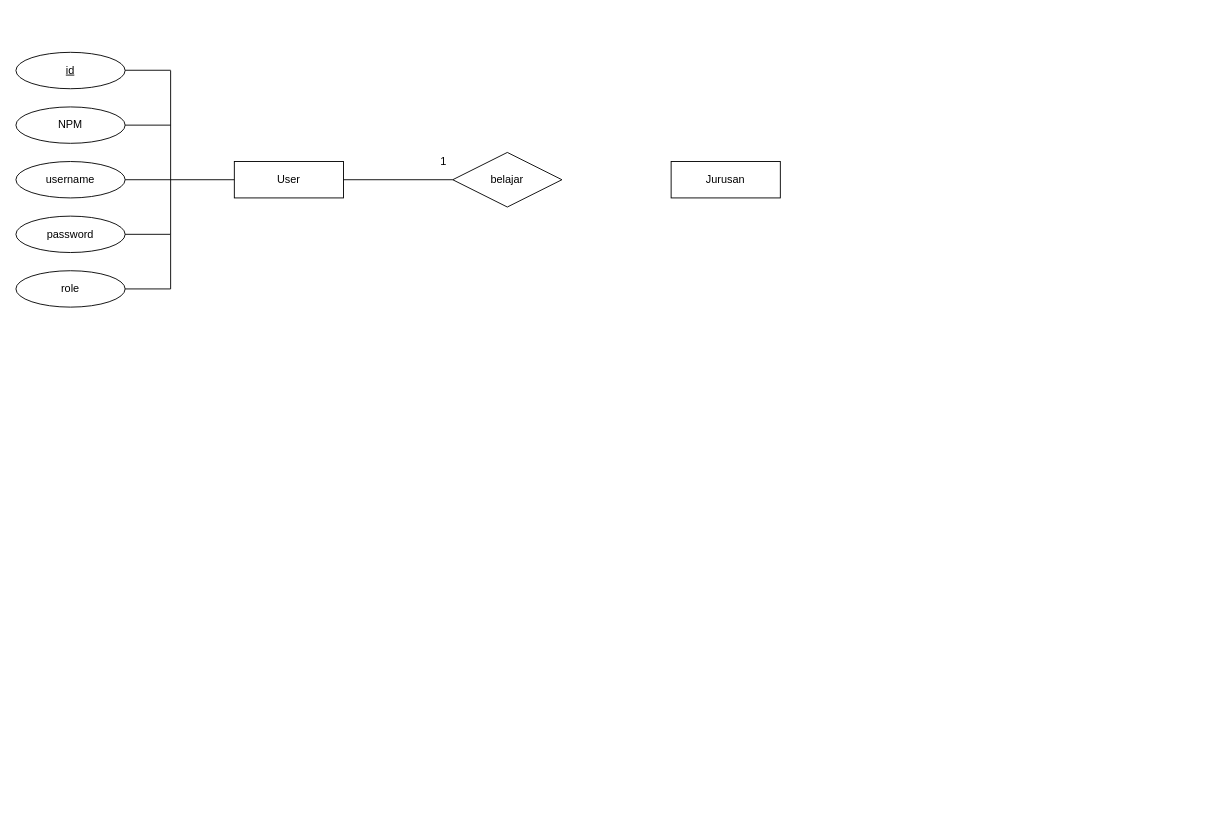
Before: ERD_Klenik.drawio in Gopalatius/KLENIK-Kepoin-Fakultas-Teknik-Universitas-Indonesia, a draw.io diagram. Source tidied: cells renumbered, new cells numbered last; positions are measured from the earlier drawing's top-left corner, leaving out a move shared by most shapes. Both pictures are drawn from the tidied source at 91%, with x=0, y=0 at pixel (15, 52).
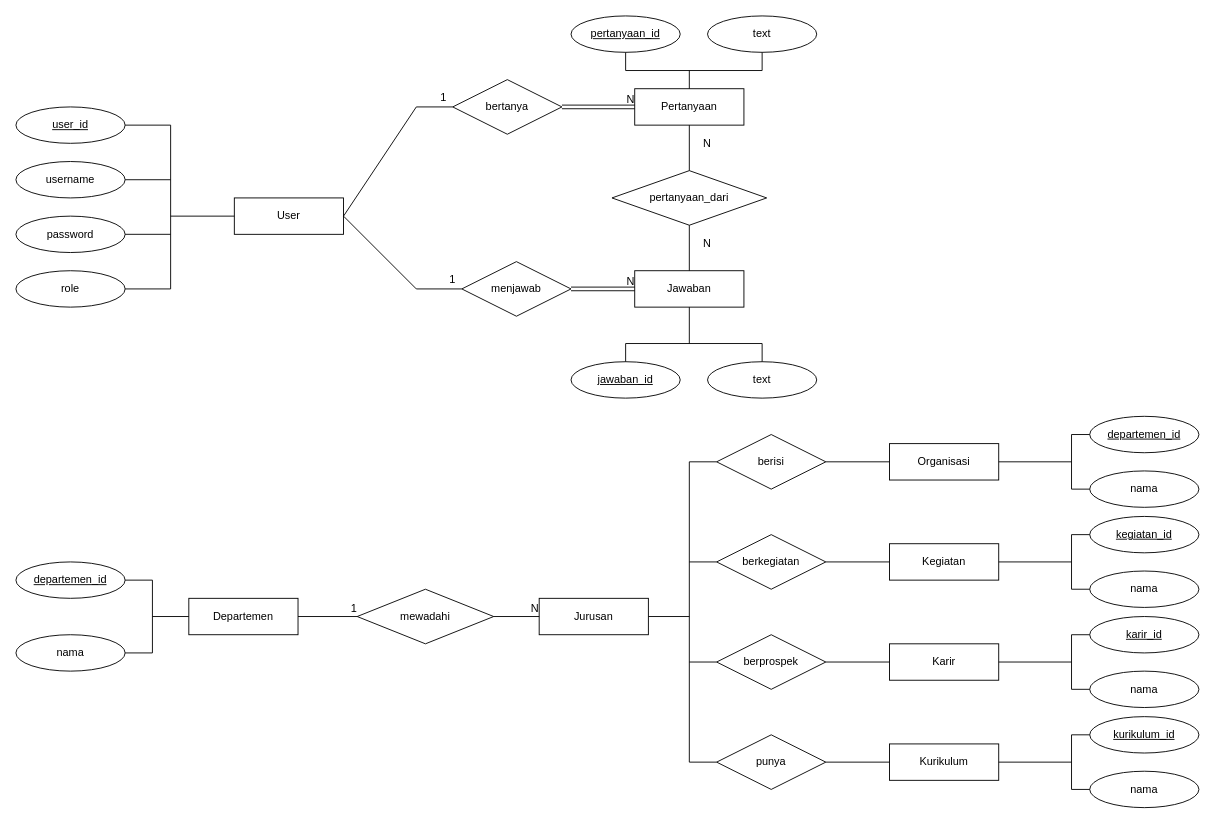
The same page after the edit.

Commit message:
Revisi ERD

Unchanged cells that the change refers to:
```xml
<mxCell id="5" value="role" style="ellipse;whiteSpace=wrap;html=1;" parent="1" vertex="1">
  <mxGeometry y="240" width="120" height="40" as="geometry" />
</mxCell>
```

Diff of the diagram source:
```diff
@@
     <mxCell id="2" value="User" style="rounded=0;whiteSpace=wrap;html=1;" parent="1" vertex="1">
-      <mxGeometry x="240" y="120" width="120" height="40" as="geometry" />
+      <mxGeometry x="240" y="160" width="120" height="40" as="geometry" />
     </mxCell>
-    <mxCell id="3" value="NPM" style="ellipse;whiteSpace=wrap;html=1;" parent="1" vertex="1">
-      <mxGeometry y="60" width="120" height="40" as="geometry" />
-    </mxCell>
@@
-    <mxCell id="6" style="endArrow=none;html=1;rounded=0;" parent="1" edge="1">
-      <mxGeometry relative="1" as="geometry">
-        <mxPoint x="170" y="200" as="sourcePoint" />
-        <mxPoint x="170" y="20" as="targetPoint" />
-      </mxGeometry>
-    </mxCell>
     <mxCell id="7" style="endArrow=none;html=1;rounded=0;entryX=1;entryY=0.5;entryDx=0;entryDy=0;" parent="1" edge="1" target="5">
       <mxGeometry relative="1" as="geometry">
-        <mxPoint x="170" y="200" as="sourcePoint" />
+        <mxPoint x="170" y="80" as="sourcePoint" />
         <Array as="points">
           <mxPoint x="170" y="260" />
         </Array>
       </mxGeometry>
     </mxCell>
@@
-    <mxCell id="9" style="endArrow=none;html=1;rounded=0;entryX=1;entryY=0.5;entryDx=0;entryDy=0;" parent="1" edge="1" target="3">
-      <mxGeometry relative="1" as="geometry">
-        <mxPoint x="170" y="80" as="sourcePoint" />
-      </mxGeometry>
-    </mxCell>
     <mxCell id="10" style="endArrow=none;html=1;rounded=0;entryX=0;entryY=0.5;entryDx=0;entryDy=0;" parent="1" edge="1" target="2">
       <mxGeometry relative="1" as="geometry">
-        <mxPoint x="170" y="140" as="sourcePoint" />
+        <mxPoint x="170" y="180" as="sourcePoint" />
       </mxGeometry>
     </mxCell>
-    <mxCell id="11" value="belajar" style="rhombus;whiteSpace=wrap;html=1;" parent="1" vertex="1">
-      <mxGeometry x="480" y="110" width="120" height="60" as="geometry" />
+    <mxCell id="11" value="bertanya" style="rhombus;whiteSpace=wrap;html=1;" parent="1" vertex="1">
+      <mxGeometry x="480" y="30" width="120" height="60" as="geometry" />
     </mxCell>
-    <mxCell id="12" value="Jurusan" style="rounded=0;whiteSpace=wrap;html=1;" parent="1" vertex="1">
-      <mxGeometry x="720" y="120" width="120" height="40" as="geometry" />
+    <mxCell id="12" value="Pertanyaan" style="rounded=0;whiteSpace=wrap;html=1;" parent="1" vertex="1">
+      <mxGeometry x="680" y="40" width="120" height="40" as="geometry" />
     </mxCell>
-    <mxCell id="13" value="&lt;u&gt;id&lt;/u&gt;" style="ellipse;whiteSpace=wrap;html=1;" parent="1" vertex="1">
-      <mxGeometry width="120" height="40" as="geometry" />
+    <mxCell id="13" value="&lt;u&gt;user_id&lt;/u&gt;" style="ellipse;whiteSpace=wrap;html=1;" parent="1" vertex="1">
+      <mxGeometry y="60" width="120" height="40" as="geometry" />
     </mxCell>
-    <mxCell id="14" style="endArrow=none;html=1;rounded=0;entryX=1;entryY=0.5;entryDx=0;entryDy=0;" parent="1" edge="1">
+    <mxCell id="14" style="endArrow=none;html=1;rounded=0;entryX=1;entryY=0.5;entryDx=0;entryDy=0;" parent="1" edge="1" target="13">
       <mxGeometry relative="1" as="geometry">
-        <mxPoint x="170" y="19.7" as="sourcePoint" />
-        <mxPoint x="120" y="19.7" as="targetPoint" />
+        <mxPoint x="170" y="80" as="sourcePoint" />
       </mxGeometry>
     </mxCell>
@@
     <mxCell id="17" style="endArrow=none;html=1;rounded=0;exitX=1;exitY=0.5;exitDx=0;exitDy=0;entryX=0;entryY=0.5;entryDx=0;entryDy=0;" parent="1" edge="1" source="2" target="11">
-      <mxGeometry relative="1" as="geometry" />
+      <mxGeometry relative="1" as="geometry">
+        <Array as="points">
+          <mxPoint x="440" y="60" />
+        </Array>
+      </mxGeometry>
     </mxCell>
     <mxCell id="18" value="1" style="text;html=1;strokeColor=none;fillColor=none;align=center;verticalAlign=middle;whiteSpace=wrap;rounded=0;" parent="1" vertex="1">
-      <mxGeometry x="460" y="110" width="20" height="20" as="geometry" />
+      <mxGeometry x="460" y="40" width="20" height="20" as="geometry" />
     </mxCell>
+    <mxCell id="19" value="menjawab" style="rhombus;whiteSpace=wrap;html=1;" parent="1" vertex="1">
+      <mxGeometry x="490" y="230" width="120" height="60" as="geometry" />
+    </mxCell>
+    <mxCell id="20" style="endArrow=none;html=1;rounded=0;entryX=0;entryY=0.5;entryDx=0;entryDy=0;exitX=1;exitY=0.5;exitDx=0;exitDy=0;" parent="1" edge="1" source="2" target="19">
+      <mxGeometry relative="1" as="geometry">
+        <Array as="points">
+          <mxPoint x="440" y="260" />
+        </Array>
+      </mxGeometry>
+    </mxCell>
+    <mxCell id="21" value="1" style="text;html=1;strokeColor=none;fillColor=none;align=center;verticalAlign=middle;whiteSpace=wrap;rounded=0;" parent="1" vertex="1">
+      <mxGeometry x="470" y="240" width="20" height="20" as="geometry" />
+    </mxCell>
+    <mxCell id="22" value="Jawaban" style="rounded=0;whiteSpace=wrap;html=1;" parent="1" vertex="1">
+      <mxGeometry x="680" y="240" width="120" height="40" as="geometry" />
+    </mxCell>
+    <mxCell id="23" value="&lt;u&gt;pertanyaan_id&lt;/u&gt;" style="ellipse;whiteSpace=wrap;html=1;" parent="1" vertex="1">
+      <mxGeometry x="610" y="-40" width="120" height="40" as="geometry" />
+    </mxCell>
+    <mxCell id="24" value="&lt;u&gt;jawaban_id&lt;/u&gt;" style="ellipse;whiteSpace=wrap;html=1;" parent="1" vertex="1">
+      <mxGeometry x="610" y="340" width="120" height="40" as="geometry" />
+    </mxCell>
+    <mxCell id="25" value="text" style="ellipse;whiteSpace=wrap;html=1;" parent="1" vertex="1">
+      <mxGeometry x="760" y="-40" width="120" height="40" as="geometry" />
+    </mxCell>
+    <mxCell id="26" value="text" style="ellipse;whiteSpace=wrap;html=1;" parent="1" vertex="1">
+      <mxGeometry x="760" y="340" width="120" height="40" as="geometry" />
+    </mxCell>
+    <mxCell id="27" style="endArrow=none;html=1;rounded=0;entryX=0.5;entryY=0;entryDx=0;entryDy=0;exitX=0.5;exitY=0;exitDx=0;exitDy=0;" parent="1" edge="1" source="24" target="26">
+      <mxGeometry relative="1" as="geometry">
+        <Array as="points">
+          <mxPoint x="670" y="320" />
+          <mxPoint x="820" y="320" />
+        </Array>
+      </mxGeometry>
+    </mxCell>
+    <mxCell id="28" style="endArrow=none;html=1;rounded=0;exitX=0.5;exitY=1;exitDx=0;exitDy=0;" parent="1" edge="1" source="25" target="23">
+      <mxGeometry relative="1" as="geometry">
+        <Array as="points">
+          <mxPoint x="820" y="20" />
+          <mxPoint x="670" y="20" />
+        </Array>
+      </mxGeometry>
+    </mxCell>
+    <mxCell id="29" style="endArrow=none;html=1;rounded=0;entryX=0.5;entryY=1;entryDx=0;entryDy=0;" parent="1" edge="1" target="22">
+      <mxGeometry relative="1" as="geometry">
+        <mxPoint x="740" y="320" as="sourcePoint" />
+      </mxGeometry>
+    </mxCell>
+    <mxCell id="30" value="pertanyaan_dari" style="rhombus;whiteSpace=wrap;html=1;" parent="1" vertex="1">
+      <mxGeometry x="655" y="130" width="170" height="60" as="geometry" />
+    </mxCell>
+    <mxCell id="31" style="endArrow=none;html=1;rounded=0;entryX=0.5;entryY=1;entryDx=0;entryDy=0;exitX=0.5;exitY=0;exitDx=0;exitDy=0;" parent="1" edge="1" source="30" target="12">
+      <mxGeometry relative="1" as="geometry" />
+    </mxCell>
+    <mxCell id="32" style="endArrow=none;html=1;rounded=0;entryX=0.5;entryY=1;entryDx=0;entryDy=0;exitX=0.5;exitY=0;exitDx=0;exitDy=0;" parent="1" edge="1" source="22" target="30">
+      <mxGeometry relative="1" as="geometry" />
+    </mxCell>
+    <mxCell id="33" value="N" style="text;html=1;strokeColor=none;fillColor=none;align=center;verticalAlign=middle;whiteSpace=wrap;rounded=0;" parent="1" vertex="1">
+      <mxGeometry x="750" y="90" width="20" height="20" as="geometry" />
+    </mxCell>
+    <mxCell id="34" value="N" style="text;html=1;strokeColor=none;fillColor=none;align=center;verticalAlign=middle;whiteSpace=wrap;rounded=0;" parent="1" vertex="1">
+      <mxGeometry x="750" y="200" width="20" height="20" as="geometry" />
+    </mxCell>
+    <mxCell id="35" value="Departemen" style="rounded=0;whiteSpace=wrap;html=1;" parent="1" vertex="1">
+      <mxGeometry x="190" y="600" width="120" height="40" as="geometry" />
+    </mxCell>
+    <mxCell id="36" value="&lt;u&gt;departemen_id&lt;/u&gt;" style="ellipse;whiteSpace=wrap;html=1;" parent="1" vertex="1">
+      <mxGeometry y="560" width="120" height="40" as="geometry" />
+    </mxCell>
+    <mxCell id="37" value="nama" style="ellipse;whiteSpace=wrap;html=1;" parent="1" vertex="1">
+      <mxGeometry y="640" width="120" height="40" as="geometry" />
+    </mxCell>
+    <mxCell id="38" style="endArrow=none;html=1;rounded=0;entryX=1;entryY=0.5;entryDx=0;entryDy=0;exitX=1;exitY=0.5;exitDx=0;exitDy=0;" parent="1" edge="1" source="37" target="36">
+      <mxGeometry relative="1" as="geometry">
+        <Array as="points">
+          <mxPoint x="150" y="660" />
+          <mxPoint x="150" y="580" />
+        </Array>
+      </mxGeometry>
+    </mxCell>
+    <mxCell id="39" style="endArrow=none;html=1;rounded=0;entryX=0;entryY=0.5;entryDx=0;entryDy=0;" parent="1" edge="1" target="35">
+      <mxGeometry relative="1" as="geometry">
+        <mxPoint x="150" y="620" as="sourcePoint" />
+      </mxGeometry>
+    </mxCell>
+    <mxCell id="40" value="berisi" style="rhombus;whiteSpace=wrap;html=1;" parent="1" vertex="1">
+      <mxGeometry x="770" y="420" width="120" height="60" as="geometry" />
+    </mxCell>
+    <mxCell id="41" value="Jurusan" style="rounded=0;whiteSpace=wrap;html=1;" parent="1" vertex="1">
+      <mxGeometry x="575" y="600" width="120" height="40" as="geometry" />
+    </mxCell>
+    <mxCell id="42" value="mewadahi" style="rhombus;whiteSpace=wrap;html=1;" parent="1" vertex="1">
+      <mxGeometry x="375" y="590" width="150" height="60" as="geometry" />
+    </mxCell>
+    <mxCell id="43" value="Organisasi" style="rounded=0;whiteSpace=wrap;html=1;" parent="1" vertex="1">
+      <mxGeometry x="960" y="430" width="120" height="40" as="geometry" />
+    </mxCell>
+    <mxCell id="44" value="berkegiatan" style="rhombus;whiteSpace=wrap;html=1;" parent="1" vertex="1">
+      <mxGeometry x="770" y="530" width="120" height="60" as="geometry" />
+    </mxCell>
+    <mxCell id="45" value="Kegiatan" style="rounded=0;whiteSpace=wrap;html=1;" parent="1" vertex="1">
+      <mxGeometry x="960" y="540" width="120" height="40" as="geometry" />
+    </mxCell>
+    <mxCell id="46" value="berprospek" style="rhombus;whiteSpace=wrap;html=1;" parent="1" vertex="1">
+      <mxGeometry x="770" y="640" width="120" height="60" as="geometry" />
+    </mxCell>
+    <mxCell id="47" value="Karir" style="rounded=0;whiteSpace=wrap;html=1;" parent="1" vertex="1">
+      <mxGeometry x="960" y="650" width="120" height="40" as="geometry" />
+    </mxCell>
+    <mxCell id="48" value="punya" style="rhombus;whiteSpace=wrap;html=1;" parent="1" vertex="1">
+      <mxGeometry x="770" y="750" width="120" height="60" as="geometry" />
+    </mxCell>
+    <mxCell id="49" value="Kurikulum" style="rounded=0;whiteSpace=wrap;html=1;" parent="1" vertex="1">
+      <mxGeometry x="960" y="760" width="120" height="40" as="geometry" />
+    </mxCell>
+    <mxCell id="50" style="endArrow=none;html=1;rounded=0;entryX=0.5;entryY=0;entryDx=0;entryDy=0;" parent="1" edge="1" target="12">
+      <mxGeometry relative="1" as="geometry">
+        <mxPoint x="740" y="20" as="sourcePoint" />
+      </mxGeometry>
+    </mxCell>
+    <mxCell id="51" style="shape=link;html=1;rounded=0;entryX=0;entryY=0.5;entryDx=0;entryDy=0;exitX=1;exitY=0.5;exitDx=0;exitDy=0;" parent="1" edge="1" source="11" target="12">
+      <mxGeometry relative="1" as="geometry" />
+    </mxCell>
+    <mxCell id="52" value="N" style="html=1;align=right;verticalAlign=bottom;" parent="51" vertex="1">
+      <mxGeometry x="1" relative="1" as="geometry" />
+    </mxCell>
+    <mxCell id="53" style="shape=link;html=1;rounded=0;exitX=1;exitY=0.5;exitDx=0;exitDy=0;entryX=0;entryY=0.5;entryDx=0;entryDy=0;" parent="1" edge="1" source="19" target="22">
+      <mxGeometry relative="1" as="geometry" />
+    </mxCell>
+    <mxCell id="54" value="N" style="html=1;align=right;verticalAlign=bottom;" parent="53" vertex="1">
+      <mxGeometry x="1" relative="1" as="geometry" />
+    </mxCell>
+    <mxCell id="55" style="endArrow=none;html=1;rounded=0;exitX=1;exitY=0.5;exitDx=0;exitDy=0;entryX=0;entryY=0.5;entryDx=0;entryDy=0;" parent="1" edge="1" source="35" target="42">
+      <mxGeometry relative="1" as="geometry" />
+    </mxCell>
+    <mxCell id="56" value="1" style="html=1;align=right;verticalAlign=bottom;" parent="55" vertex="1">
+      <mxGeometry x="1" relative="1" as="geometry" />
+    </mxCell>
+    <mxCell id="57" style="endArrow=none;html=1;rounded=0;exitX=1;exitY=0.5;exitDx=0;exitDy=0;entryX=0;entryY=0.5;entryDx=0;entryDy=0;" parent="1" edge="1" source="42" target="41">
+      <mxGeometry relative="1" as="geometry" />
+    </mxCell>
+    <mxCell id="58" value="N" style="html=1;align=right;verticalAlign=bottom;" parent="57" vertex="1">
+      <mxGeometry x="1" relative="1" as="geometry" />
+    </mxCell>
+    <mxCell id="59" style="endArrow=none;html=1;rounded=0;entryX=0;entryY=0.5;entryDx=0;entryDy=0;exitX=0;exitY=0.5;exitDx=0;exitDy=0;" parent="1" edge="1" source="40" target="48">
+      <mxGeometry relative="1" as="geometry">
+        <Array as="points">
+          <mxPoint x="740" y="450" />
+          <mxPoint x="740" y="780" />
+        </Array>
+      </mxGeometry>
+    </mxCell>
+    <mxCell id="60" style="endArrow=none;html=1;rounded=0;entryX=0;entryY=0.5;entryDx=0;entryDy=0;" parent="1" edge="1" target="46">
+      <mxGeometry relative="1" as="geometry">
+        <mxPoint x="740" y="670" as="sourcePoint" />
+      </mxGeometry>
+    </mxCell>
+    <mxCell id="61" style="endArrow=none;html=1;rounded=0;entryX=0;entryY=0.5;entryDx=0;entryDy=0;" parent="1" edge="1" target="44">
+      <mxGeometry relative="1" as="geometry">
+        <mxPoint x="740" y="560" as="sourcePoint" />
+      </mxGeometry>
+    </mxCell>
+    <mxCell id="62" style="endArrow=none;html=1;rounded=0;exitX=1;exitY=0.5;exitDx=0;exitDy=0;" parent="1" edge="1" source="41">
+      <mxGeometry relative="1" as="geometry">
+        <mxPoint x="740" y="620" as="targetPoint" />
+      </mxGeometry>
+    </mxCell>
+    <mxCell id="63" style="endArrow=none;html=1;rounded=0;entryX=0;entryY=0.5;entryDx=0;entryDy=0;exitX=1;exitY=0.5;exitDx=0;exitDy=0;" parent="1" edge="1" source="40" target="43">
+      <mxGeometry relative="1" as="geometry" />
+    </mxCell>
+    <mxCell id="64" style="endArrow=none;html=1;rounded=0;entryX=0;entryY=0.5;entryDx=0;entryDy=0;exitX=1;exitY=0.5;exitDx=0;exitDy=0;" parent="1" edge="1" source="44" target="45">
+      <mxGeometry relative="1" as="geometry" />
+    </mxCell>
+    <mxCell id="65" style="endArrow=none;html=1;rounded=0;entryX=0;entryY=0.5;entryDx=0;entryDy=0;exitX=1;exitY=0.5;exitDx=0;exitDy=0;" parent="1" edge="1" source="46" target="47">
+      <mxGeometry relative="1" as="geometry" />
+    </mxCell>
+    <mxCell id="66" style="endArrow=none;html=1;rounded=0;exitX=1;exitY=0.5;exitDx=0;exitDy=0;entryX=0;entryY=0.5;entryDx=0;entryDy=0;" parent="1" edge="1" source="48" target="49">
+      <mxGeometry relative="1" as="geometry" />
+    </mxCell>
+    <mxCell id="67" value="&lt;u&gt;departemen_id&lt;/u&gt;" style="ellipse;whiteSpace=wrap;html=1;" parent="1" vertex="1">
+      <mxGeometry x="1180" y="400" width="120" height="40" as="geometry" />
+    </mxCell>
+    <mxCell id="68" value="nama" style="ellipse;whiteSpace=wrap;html=1;" parent="1" vertex="1">
+      <mxGeometry x="1180" y="460" width="120" height="40" as="geometry" />
+    </mxCell>
+    <mxCell id="69" style="endArrow=none;html=1;rounded=0;entryX=0;entryY=0.5;entryDx=0;entryDy=0;exitX=0;exitY=0.5;exitDx=0;exitDy=0;" parent="1" edge="1" source="68" target="67">
+      <mxGeometry relative="1" as="geometry">
+        <Array as="points">
+          <mxPoint x="1160" y="480" />
+          <mxPoint x="1160" y="420" />
+        </Array>
+      </mxGeometry>
+    </mxCell>
+    <mxCell id="70" style="endArrow=none;html=1;rounded=0;entryX=1;entryY=0.5;entryDx=0;entryDy=0;" parent="1" edge="1" target="43">
+      <mxGeometry relative="1" as="geometry">
+        <mxPoint x="1160" y="450" as="sourcePoint" />
+      </mxGeometry>
+    </mxCell>
+    <mxCell id="71" value="&lt;u&gt;kegiatan_id&lt;/u&gt;" style="ellipse;whiteSpace=wrap;html=1;" parent="1" vertex="1">
+      <mxGeometry x="1180" y="510" width="120" height="40" as="geometry" />
+    </mxCell>
+    <mxCell id="72" value="nama" style="ellipse;whiteSpace=wrap;html=1;" parent="1" vertex="1">
+      <mxGeometry x="1180" y="570" width="120" height="40" as="geometry" />
+    </mxCell>
+    <mxCell id="73" style="endArrow=none;html=1;rounded=0;entryX=0;entryY=0.5;entryDx=0;entryDy=0;exitX=0;exitY=0.5;exitDx=0;exitDy=0;" parent="1" edge="1" source="72" target="71">
+      <mxGeometry relative="1" as="geometry">
+        <Array as="points">
+          <mxPoint x="1160" y="590" />
+          <mxPoint x="1160" y="530" />
+        </Array>
+      </mxGeometry>
+    </mxCell>
+    <mxCell id="74" value="&lt;u&gt;karir_id&lt;/u&gt;" style="ellipse;whiteSpace=wrap;html=1;" parent="1" vertex="1">
+      <mxGeometry x="1180" y="620" width="120" height="40" as="geometry" />
+    </mxCell>
+    <mxCell id="75" value="nama" style="ellipse;whiteSpace=wrap;html=1;" parent="1" vertex="1">
+      <mxGeometry x="1180" y="680" width="120" height="40" as="geometry" />
+    </mxCell>
+    <mxCell id="76" style="endArrow=none;html=1;rounded=0;entryX=0;entryY=0.5;entryDx=0;entryDy=0;exitX=0;exitY=0.5;exitDx=0;exitDy=0;" parent="1" edge="1" source="75" target="74">
+      <mxGeometry relative="1" as="geometry">
+        <Array as="points">
+          <mxPoint x="1160" y="700" />
+          <mxPoint x="1160" y="640" />
+        </Array>
+      </mxGeometry>
+    </mxCell>
+    <mxCell id="77" value="&lt;u&gt;kurikulum_id&lt;/u&gt;" style="ellipse;whiteSpace=wrap;html=1;" parent="1" vertex="1">
+      <mxGeometry x="1180" y="730" width="120" height="40" as="geometry" />
+    </mxCell>
+    <mxCell id="78" value="nama" style="ellipse;whiteSpace=wrap;html=1;" parent="1" vertex="1">
+      <mxGeometry x="1180" y="790" width="120" height="40" as="geometry" />
+    </mxCell>
+    <mxCell id="79" style="endArrow=none;html=1;rounded=0;entryX=0;entryY=0.5;entryDx=0;entryDy=0;exitX=0;exitY=0.5;exitDx=0;exitDy=0;" parent="1" edge="1" source="78" target="77">
+      <mxGeometry relative="1" as="geometry">
+        <Array as="points">
+          <mxPoint x="1160" y="810" />
+          <mxPoint x="1160" y="750" />
+        </Array>
+      </mxGeometry>
+    </mxCell>
+    <mxCell id="80" style="endArrow=none;html=1;rounded=0;exitX=1;exitY=0.5;exitDx=0;exitDy=0;" parent="1" edge="1" source="45">
+      <mxGeometry relative="1" as="geometry">
+        <mxPoint x="1160" y="560" as="targetPoint" />
+      </mxGeometry>
+    </mxCell>
+    <mxCell id="81" style="endArrow=none;html=1;rounded=0;exitX=1;exitY=0.5;exitDx=0;exitDy=0;" parent="1" edge="1" source="47">
+      <mxGeometry relative="1" as="geometry">
+        <mxPoint x="1160" y="670" as="targetPoint" />
+      </mxGeometry>
+    </mxCell>
+    <mxCell id="82" style="endArrow=none;html=1;rounded=0;exitX=1;exitY=0.5;exitDx=0;exitDy=0;" parent="1" edge="1" source="49">
+      <mxGeometry relative="1" as="geometry">
+        <mxPoint x="1160" y="780" as="targetPoint" />
+      </mxGeometry>
+    </mxCell>
```
